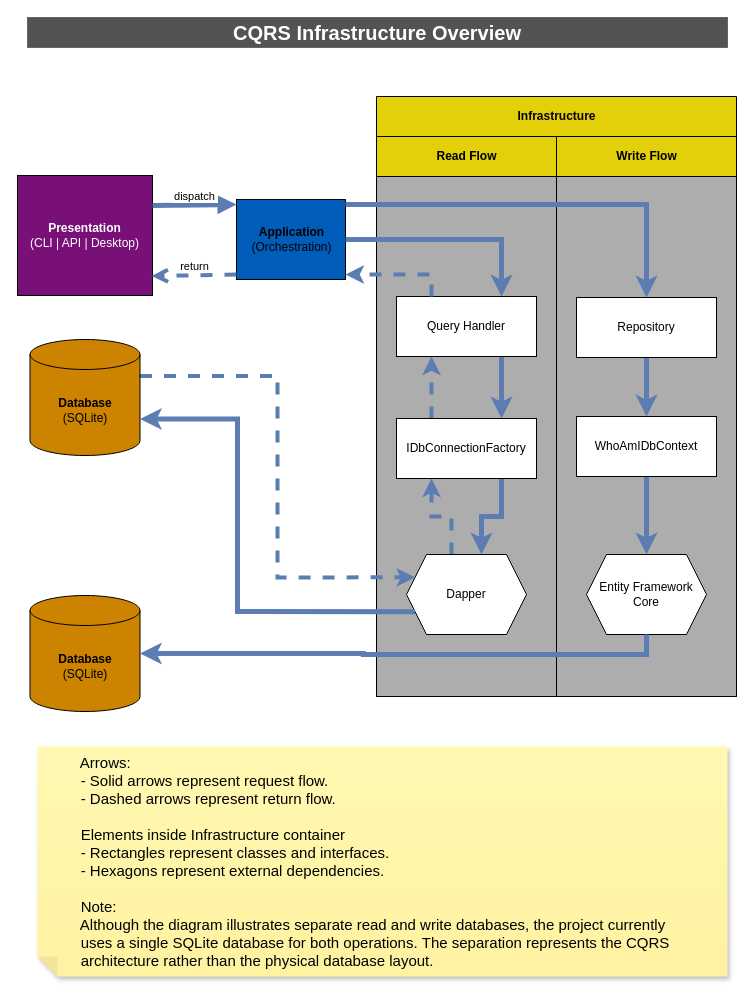
Above: docs/infrastructure/cqrs-infrastructure-overview.drawio in sergio-lopes-developer/whoami (draw.io), before the change. Source tidied: cells renumbered, new cells numbered last; positions are measured from the earlier drawing's top-left corner, leaving out a move shared by most shapes. Both pictures are drawn from the tidied source at 100%, with x=0, y=0 at pixel (17, 17).
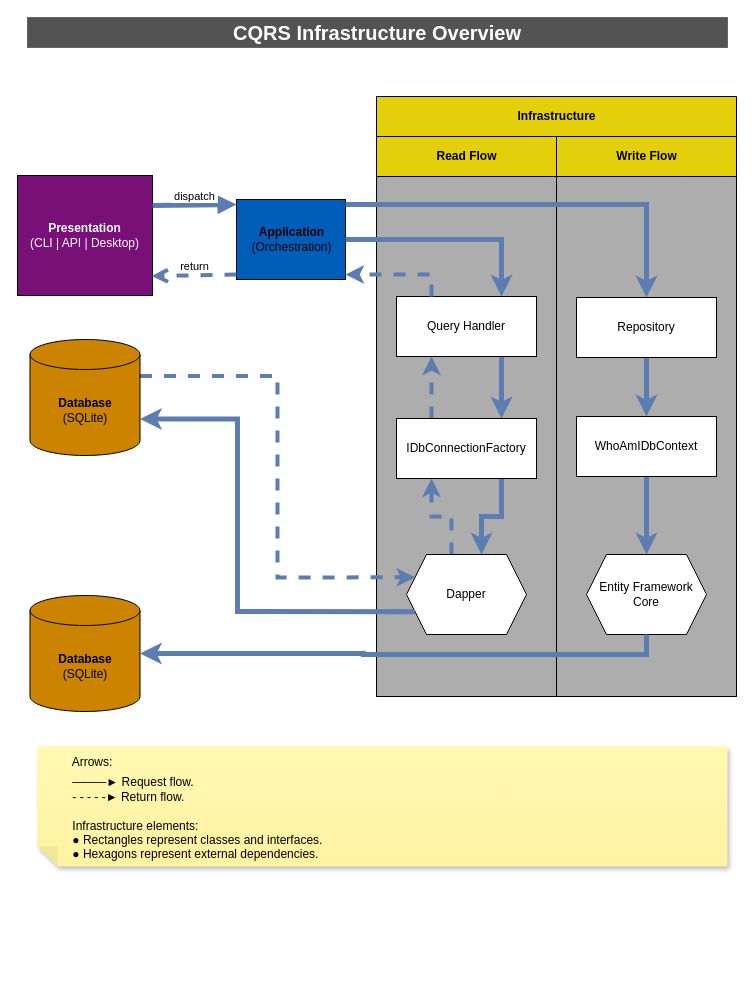
Above is the later version.

Change to the diagram source:
```diff
@@
-    <mxCell id="3" value="&lt;div style=&quot;&quot;&gt;&lt;span style=&quot;background-color: transparent;&quot;&gt;&amp;nbsp; &amp;nbsp; &amp;nbsp; &amp;nbsp; &amp;nbsp; Arrows:&lt;/span&gt;&lt;/div&gt;&lt;div style=&quot;&quot;&gt;&lt;span style=&quot;background-color: transparent;&quot;&gt;&amp;nbsp; &amp;nbsp; &amp;nbsp; &amp;nbsp; &amp;nbsp; -&amp;nbsp;&lt;/span&gt;&lt;span style=&quot;background-color: transparent;&quot;&gt;Solid arrows represent request flow.&lt;/span&gt;&lt;/div&gt;&lt;div style=&quot;&quot;&gt;&lt;span style=&quot;background-color: transparent;&quot;&gt;&lt;div&gt;&amp;nbsp; &amp;nbsp; &amp;nbsp; &amp;nbsp; &amp;nbsp; - Dashed arrows represent return flow.&lt;/div&gt;&lt;div&gt;&lt;br&gt;&lt;/div&gt;&lt;div&gt;&amp;nbsp; &amp;nbsp; &amp;nbsp; &amp;nbsp; &amp;nbsp; Elements inside Infrastructure container&lt;/div&gt;&lt;div&gt;&amp;nbsp; &amp;nbsp; &amp;nbsp; &amp;nbsp; &amp;nbsp; - Rectangles represent classes and interfaces.&lt;/div&gt;&lt;div&gt;&amp;nbsp; &amp;nbsp; &amp;nbsp; &amp;nbsp; &amp;nbsp; - Hexagons represent external dependencies.&lt;/div&gt;&lt;div&gt;&lt;br&gt;&lt;/div&gt;&lt;div&gt;&amp;nbsp; &amp;nbsp; &amp;nbsp; &amp;nbsp; &amp;nbsp; Note:&lt;/div&gt;&lt;div&gt;&amp;nbsp; &amp;nbsp; &amp;nbsp; &amp;nbsp; &amp;nbsp; Although the diagram illustrates separate read and write databases,&amp;nbsp;&lt;span style=&quot;background-color: transparent;&quot;&gt;the&amp;nbsp;project currently&lt;/span&gt;&lt;/div&gt;&lt;div&gt;&lt;span style=&quot;background-color: transparent;&quot;&gt;&amp;nbsp; &amp;nbsp; &amp;nbsp; &amp;nbsp; &amp;nbsp; uses a&amp;nbsp;&lt;/span&gt;&lt;span style=&quot;background-color: transparent;&quot;&gt;single&amp;nbsp;&lt;/span&gt;&lt;span style=&quot;background-color: transparent;&quot;&gt;SQLite database for both&amp;nbsp;&lt;/span&gt;&lt;span style=&quot;background-color: transparent;&quot;&gt;operations.&amp;nbsp;&lt;/span&gt;&lt;span style=&quot;background-color: transparent;&quot;&gt;The separation represents the CQRS&lt;/span&gt;&lt;/div&gt;&lt;div&gt;&lt;span style=&quot;background-color: transparent;&quot;&gt;&amp;nbsp; &amp;nbsp; &amp;nbsp; &amp;nbsp; &amp;nbsp; architecture&amp;nbsp;&lt;/span&gt;&lt;span style=&quot;background-color: transparent;&quot;&gt;rather than the&amp;nbsp;&lt;/span&gt;&lt;span style=&quot;background-color: transparent;&quot;&gt;physical database layout.&lt;/span&gt;&lt;/div&gt;&lt;/span&gt;&lt;/div&gt;" style="shape=note;whiteSpace=wrap;html=1;backgroundOutline=1;autosizeText=1;fontColor=light-dark(#000000,#000000);darkOpacity=0.05;fillColor=#FFF9B2;strokeColor=none;fillStyle=solid;fontSize=15;direction=west;gradientDirection=north;gradientColor=#FFF2A1;shadow=1;size=20;align=left;" parent="1" vertex="1">
-      <mxGeometry x="20" y="729" width="690" height="230" as="geometry" />
+    <mxCell id="3" value="&lt;div style=&quot;&quot;&gt;&lt;span style=&quot;background-color: transparent; font-size: 12px;&quot;&gt;&amp;nbsp; &amp;nbsp; &amp;nbsp; &amp;nbsp; &amp;nbsp; Arrows:&lt;/span&gt;&lt;/div&gt;&lt;div style=&quot;&quot;&gt;&lt;font style=&quot;font-size: 12px;&quot;&gt;&amp;nbsp; &amp;nbsp; &amp;nbsp; &amp;nbsp; &amp;nbsp; ────►&amp;nbsp;&lt;span style=&quot;background-color: transparent;&quot;&gt;Request flow.&lt;/span&gt;&lt;/font&gt;&lt;/div&gt;&lt;div style=&quot;&quot;&gt;&lt;font style=&quot;font-size: 12px;&quot;&gt;&lt;span style=&quot;background-color: transparent;&quot;&gt;&lt;div&gt;&amp;nbsp; &amp;nbsp; &amp;nbsp; &amp;nbsp; &amp;nbsp; - - -&lt;span style=&quot;background-color: transparent;&quot;&gt; &lt;/span&gt;&lt;span style=&quot;background-color: transparent;&quot;&gt;-&lt;/span&gt;&lt;span style=&quot;background-color: transparent;&quot;&gt; &lt;/span&gt;&lt;span style=&quot;background-color: transparent;&quot;&gt;-&lt;/span&gt;►&amp;nbsp;&lt;span style=&quot;background-color: transparent;&quot;&gt;R&lt;/span&gt;&lt;span style=&quot;background-color: transparent;&quot;&gt;eturn flow.&lt;/span&gt;&lt;/div&gt;&lt;/span&gt;&lt;span style=&quot;background-color: transparent;&quot;&gt;&lt;div style=&quot;&quot;&gt;&lt;br&gt;&lt;/div&gt;&lt;div style=&quot;&quot;&gt;&amp;nbsp; &amp;nbsp; &amp;nbsp; &amp;nbsp; &amp;nbsp; Infrastructure elements:&lt;/div&gt;&lt;div style=&quot;&quot;&gt;&amp;nbsp; &amp;nbsp; &amp;nbsp; &amp;nbsp; &amp;nbsp; ●&amp;nbsp;Rectangles represent classes and interfaces.&lt;/div&gt;&lt;div style=&quot;&quot;&gt;&amp;nbsp; &amp;nbsp; &amp;nbsp; &amp;nbsp; &amp;nbsp; ●&amp;nbsp;Hexagons represent external dependencies.&lt;/div&gt;&lt;/span&gt;&lt;/font&gt;&lt;/div&gt;" style="shape=note;whiteSpace=wrap;html=1;backgroundOutline=1;autosizeText=1;fontColor=light-dark(#000000,#000000);darkOpacity=0.05;fillColor=#FFF9B2;strokeColor=none;fillStyle=solid;fontSize=16;direction=west;gradientDirection=north;gradientColor=#FFF2A1;shadow=1;size=20;align=left;" parent="1" vertex="1">
+      <mxGeometry x="20" y="729" width="690" height="120" as="geometry" />
     </mxCell>
```
